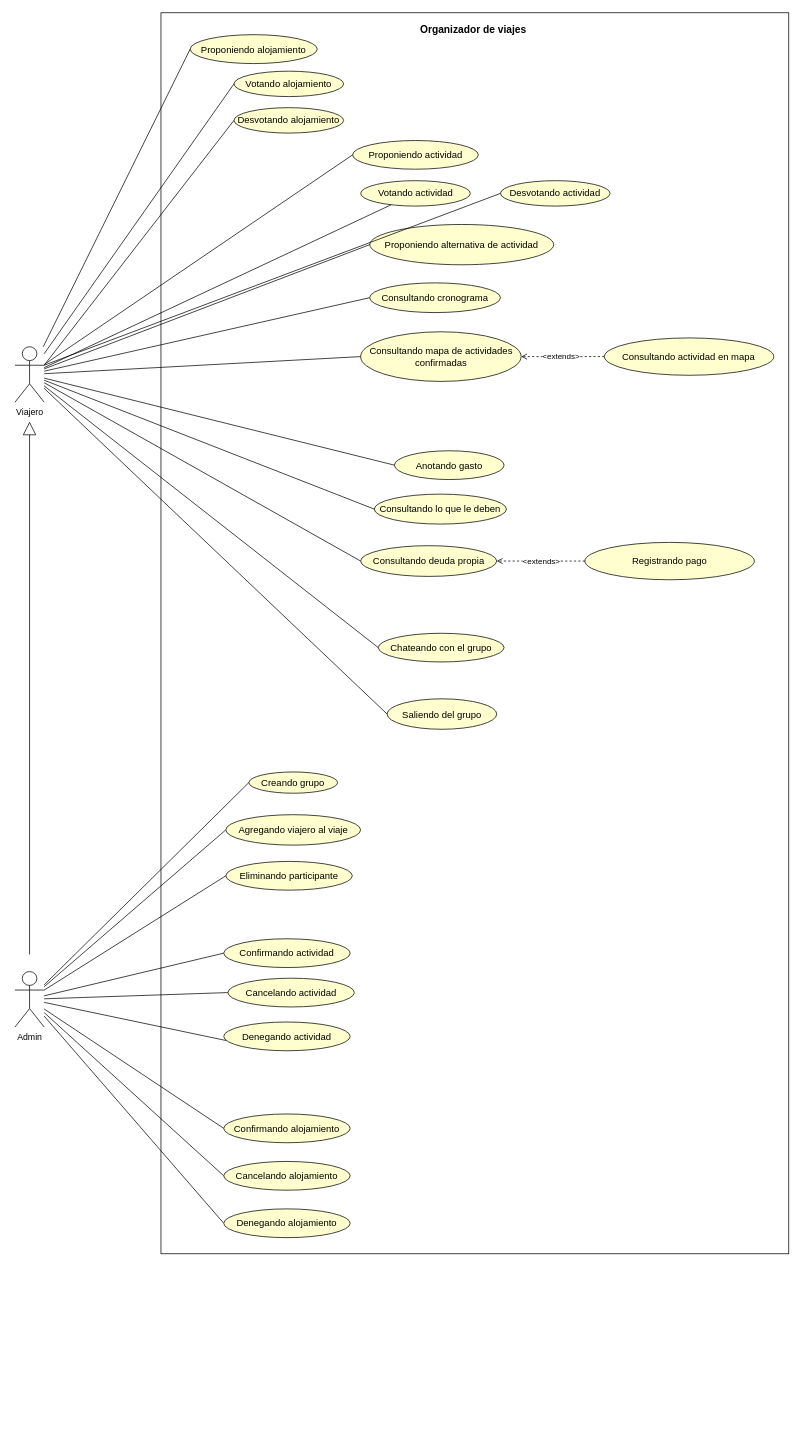
tomashsieh7/organizacion_viajes keeps this draw.io diagram as page "casos de uso" (1 of 13) of docs/diagramas.drawio. Above is the earlier version. Source tidied: cells renumbered, new cells numbered last; positions are measured from the earlier drawing's top-left corner, leaving out a move shared by most shapes. Both pictures are drawn from the tidied source at 73%, with x=0, y=0 at pixel (15, 12).
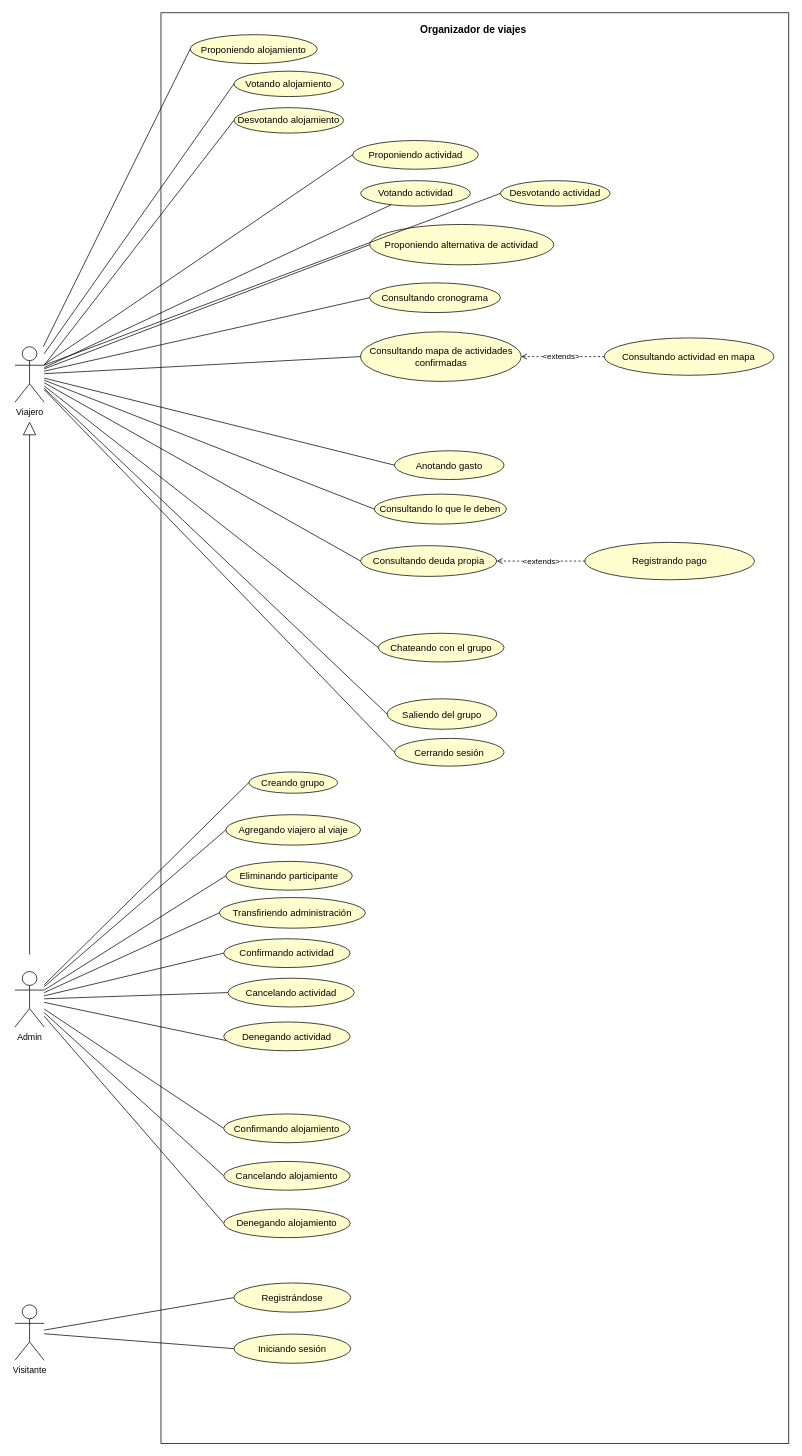
The same page after the edit.

Unchanged cells that the change refers to:
```xml
<mxCell id="3" value="Viajero" style="shape=umlActor;verticalLabelPosition=bottom;labelBackgroundColor=#ffffff;verticalAlign=top;html=1;outlineConnect=0;strokeColor=light-dark(#000000,#FFFFFF);" parent="1" vertex="1">
  <mxGeometry y="457.5" width="40" height="76" as="geometry" />
</mxCell>
<mxCell id="4" value="Admin" style="shape=umlActor;verticalLabelPosition=bottom;labelBackgroundColor=#ffffff;verticalAlign=top;html=1;outlineConnect=0;strokeColor=light-dark(#000000,#FFFFFF);" parent="1" vertex="1">
  <mxGeometry y="1313.4" width="40" height="76" as="geometry" />
</mxCell>
```

What changed in the source:
```diff
@@
     <mxCell id="2" value="Organizador de viajes&amp;nbsp;" style="rounded=0;whiteSpace=wrap;html=1;verticalAlign=top;fontStyle=1;fontSize=14;spacingTop=8;fillColor=none;strokeColor=light-dark(#000000,#FFFFFF);" parent="1" vertex="1">
-      <mxGeometry x="200" width="860" height="1700" as="geometry" />
+      <mxGeometry x="200" width="860" height="1960" as="geometry" />
     </mxCell>
@@
+    <mxCell id="57" value="Transfiriendo administración" style="ellipse;whiteSpace=wrap;html=1;fillColor=#FEFECE;strokeColor=light-dark(#000000,#FFFFFF);fontSize=13;" parent="1" vertex="1">
+      <mxGeometry x="280" y="1212" width="200" height="42" as="geometry" />
+    </mxCell>
+    <mxCell id="58" style="endArrow=none;startArrow=none;html=1;strokeColor=light-dark(#000000,#FFFFFF);entryX=0;entryY=0.5;entryDx=0;entryDy=0;" parent="1" edge="1" source="4" target="57">
+      <mxGeometry relative="1" as="geometry" />
+    </mxCell>
+    <mxCell id="59" value="Cerrando sesión" style="ellipse;whiteSpace=wrap;html=1;fillColor=#FEFECE;strokeColor=light-dark(#000000,#FFFFFF);fontSize=13;" parent="1" vertex="1">
+      <mxGeometry x="520" y="994" width="150" height="38" as="geometry" />
+    </mxCell>
+    <mxCell id="60" style="endArrow=none;startArrow=none;html=1;strokeColor=light-dark(#000000,#FFFFFF);entryX=0;entryY=0.5;entryDx=0;entryDy=0;" parent="1" edge="1" source="3" target="59">
+      <mxGeometry relative="1" as="geometry" />
+    </mxCell>
+    <mxCell id="61" value="Visitante" style="shape=umlActor;verticalLabelPosition=bottom;labelBackgroundColor=#ffffff;verticalAlign=top;html=1;outlineConnect=0;strokeColor=light-dark(#000000,#FFFFFF);" parent="1" vertex="1">
+      <mxGeometry y="1770" width="40" height="76" as="geometry" />
+    </mxCell>
+    <mxCell id="62" value="Registrándose" style="ellipse;whiteSpace=wrap;html=1;fillColor=#FEFECE;strokeColor=light-dark(#000000,#FFFFFF);fontSize=13;" parent="1" vertex="1">
+      <mxGeometry x="300" y="1740" width="160" height="40" as="geometry" />
+    </mxCell>
+    <mxCell id="63" value="Iniciando sesión" style="ellipse;whiteSpace=wrap;html=1;fillColor=#FEFECE;strokeColor=light-dark(#000000,#FFFFFF);fontSize=13;" parent="1" vertex="1">
+      <mxGeometry x="300" y="1810" width="160" height="40" as="geometry" />
+    </mxCell>
+    <mxCell id="64" style="endArrow=none;startArrow=none;html=1;strokeColor=light-dark(#000000,#FFFFFF);entryX=0;entryY=0.5;entryDx=0;entryDy=0;" parent="1" edge="1" source="61" target="62">
+      <mxGeometry relative="1" as="geometry" />
+    </mxCell>
+    <mxCell id="65" style="endArrow=none;startArrow=none;html=1;strokeColor=light-dark(#000000,#FFFFFF);entryX=0;entryY=0.5;entryDx=0;entryDy=0;" parent="1" edge="1" source="61" target="63">
+      <mxGeometry relative="1" as="geometry" />
+    </mxCell>
```
